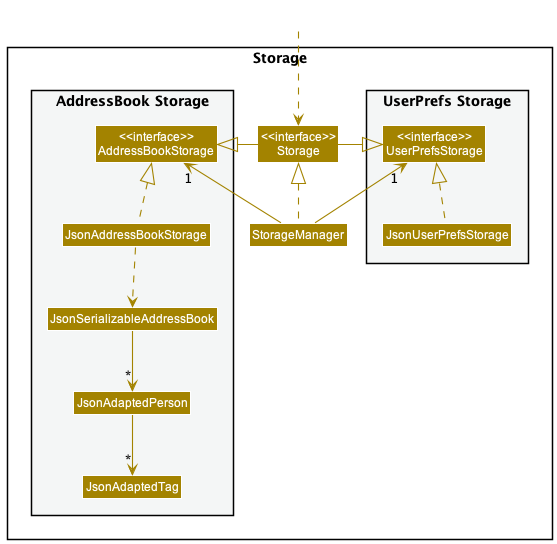
Earlier version of the PlantUML export docs/images/StorageClassDiagram.png (nus-cs2103-AY2223S1/tp).
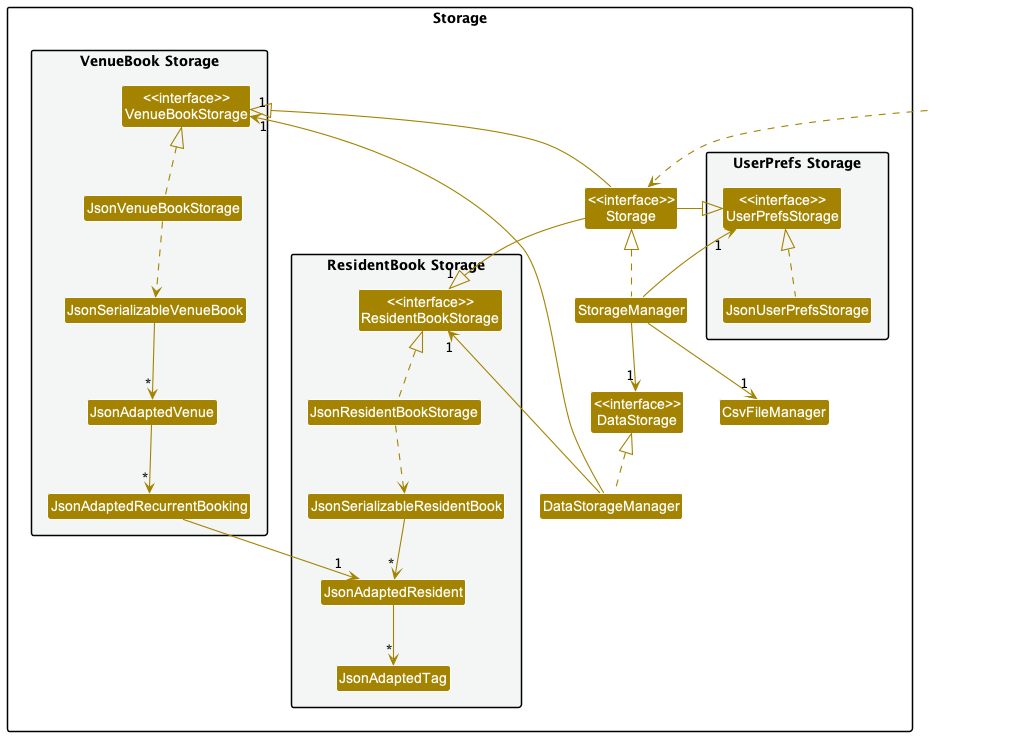
After the commit.

Commit message:
Modify storage and logic DG

Change to the diagram source:
```diff
@@ -11,16 +11,27 @@
 Class JsonUserPrefsStorage
 }
 
-Class "<<interface>>\nStorage" as Storage
-Class StorageManager
-
-package "AddressBook Storage" #F4F6F6{
-Class "<<interface>>\nAddressBookStorage" as AddressBookStorage
-Class JsonAddressBookStorage
-Class JsonSerializableAddressBook
-Class JsonAdaptedPerson
+package "ResidentBook Storage" #F4F6F6{
+Class "<<interface>>\nResidentBookStorage" as ResidentBookStorage
+Class JsonResidentBookStorage
+Class JsonSerializableResidentBook
+Class JsonAdaptedResident
 Class JsonAdaptedTag
 }
+
+package "VenueBook Storage" #F4F6F6{
+Class "<<interface>>\nVenueBookStorage" as VenueBookStorage
+Class JsonAdaptedRecurrentBooking
+Class JsonSerializableVenueBook
+Class JsonAdaptedVenue
+Class JsonVenueBookStorage
+}
+
+Class "<<interface>>\nStorage" as Storage
+Class "<<interface>>\nDataStorage" as DataStorage
+Class StorageManager
+Class CsvFileManager
+Class DataStorageManager
 
 }
 
@@ -29,15 +40,30 @@
 
 StorageManager .up.|> Storage
 StorageManager -up-> "1" UserPrefsStorage
-StorageManager -up-> "1" AddressBookStorage
+StorageManager -->  "1" DataStorage
+StorageManager --> "1"CsvFileManager
+
+DataStorageManager .up.|> DataStorage
+DataStorageManager --> "1" ResidentBookStorage
+DataStorageManager --> "1" VenueBookStorage
+
+
+Storage -up-|> "1" VenueBookStorage
+Storage -up-|> "1"ResidentBookStorage
 
 Storage -left-|> UserPrefsStorage
-Storage -right-|> AddressBookStorage
 
 JsonUserPrefsStorage .up.|> UserPrefsStorage
-JsonAddressBookStorage .up.|> AddressBookStorage
-JsonAddressBookStorage ..> JsonSerializableAddressBook
-JsonSerializableAddressBook --> "*" JsonAdaptedPerson
-JsonAdaptedPerson --> "*" JsonAdaptedTag
+JsonResidentBookStorage .up.|> ResidentBookStorage
+JsonResidentBookStorage ..> JsonSerializableResidentBook
+JsonSerializableResidentBook --> "*" JsonAdaptedResident
+JsonAdaptedResident --> "*" JsonAdaptedTag
+
+JsonVenueBookStorage .up.|> VenueBookStorage
+JsonVenueBookStorage ..> JsonSerializableVenueBook
+JsonSerializableVenueBook --> "*" JsonAdaptedVenue
+JsonAdaptedVenue --> "*" JsonAdaptedRecurrentBooking
+JsonAdaptedRecurrentBooking --> "1" JsonAdaptedResident
+
 
 @enduml
```
